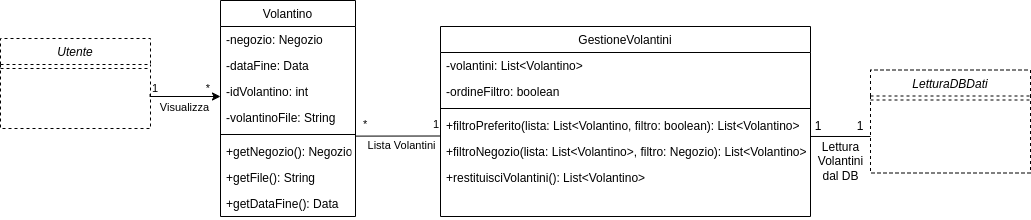
Above: UML/Diagrammi Classi/DiagrammaClassiVolantini.png in G15-UniTN/iSpesa (draw.io), before the change. Source tidied: cells renumbered, new cells last; positions are measured from the earlier drawing's top-left corner, leaving out a move shared by most shapes.
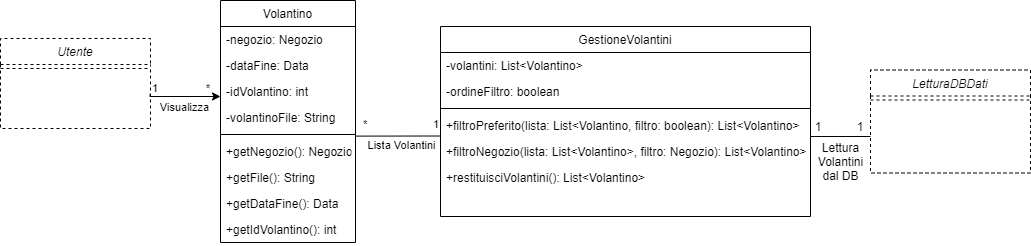
After the commit.

The edit, as a diff of the source:
```diff
@@ -3,7 +3,7 @@
     <mxCell id="0" />
     <mxCell id="1" parent="0" />
     <mxCell id="2" value="Volantino" style="swimlane;fontStyle=0;align=center;verticalAlign=top;horizontal=1;startSize=26;rounded=0;shadow=0;strokeWidth=1;" parent="1" vertex="1">
-      <mxGeometry x="220" width="135" height="216" as="geometry" />
+      <mxGeometry x="220" width="135" height="242" as="geometry" />
     </mxCell>
     <mxCell id="3" value="-negozio: Negozio" style="text;align=left;verticalAlign=top;spacingLeft=4;spacingRight=4;overflow=hidden;" parent="2" vertex="1">
       <mxGeometry y="26" width="135" height="26" as="geometry" />
@@ -29,6 +29,9 @@
     <mxCell id="10" value="+getDataFine(): Data" style="text;align=left;verticalAlign=top;spacingLeft=4;spacingRight=4;overflow=hidden;fontStyle=0;" parent="2" vertex="1">
       <mxGeometry y="190" width="135" height="26" as="geometry" />
     </mxCell>
+    <mxCell id="34" value="+getIdVolantino(): int" style="text;align=left;verticalAlign=top;spacingLeft=4;spacingRight=4;overflow=hidden;fontStyle=0;" parent="2" vertex="1">
+      <mxGeometry y="216" width="135" height="26" as="geometry" />
+    </mxCell>
     <mxCell id="11" value="GestioneVolantini" style="swimlane;fontStyle=0;align=center;verticalAlign=top;horizontal=1;startSize=26;rounded=0;shadow=0;strokeWidth=1;" parent="1" vertex="1">
       <mxGeometry x="440" y="26" width="370" height="190" as="geometry" />
     </mxCell>
```
